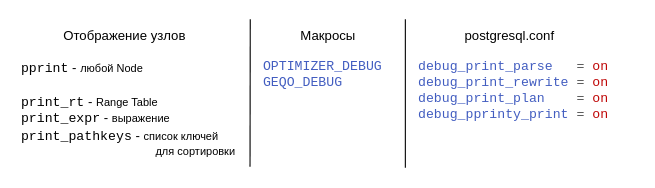
This is PGBootcamp2024/debugging-postgres-planner/img/pgsql-planner-tools.drawio from ashenBlade/tantor-pg-meetups, a draw.io file, before an edit. Source tidied: cells renumbered, new cells numbered last; positions are measured from the earlier drawing's top-left corner, leaving out a move shared by most shapes. Both pictures are drawn from the tidied source at 110%, with x=0, y=0 at pixel (19, 19).
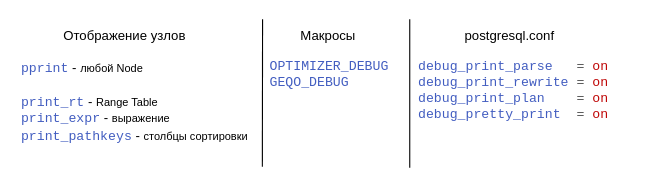
The same page after the edit.

Diff of the diagram source:
```diff
@@
 <mxGraphModel>
   <root>
     <mxCell id="0" />
     <mxCell id="1" parent="0" />
     <mxCell id="2" value="&lt;div&gt;&lt;font color=&quot;#425dc0&quot;&gt;OPTIMIZER_DEBUG&lt;/font&gt;&lt;/div&gt;&lt;div&gt;&lt;font color=&quot;#425dc0&quot;&gt;GEQO_DEBUG&lt;/font&gt;&lt;/div&gt;" style="text;html=1;align=left;verticalAlign=top;whiteSpace=wrap;rounded=0;fontFamily=Courier New;" parent="1" vertex="1">
-      <mxGeometry x="220" y="30" width="131" height="100" as="geometry" />
+      <mxGeometry x="226" y="30" width="131" height="100" as="geometry" />
     </mxCell>
     <mxCell id="3" value="Макросы" style="text;html=1;align=center;verticalAlign=middle;whiteSpace=wrap;rounded=0;" parent="1" vertex="1">
       <mxGeometry x="235.5" width="90" height="30" as="geometry" />
     </mxCell>
     <mxCell id="4" style="endArrow=none;html=1;rounded=0;exitX=0.999;exitY=0.915;exitDx=0;exitDy=0;exitPerimeter=0;" parent="1" edge="1">
       <mxGeometry relative="1" as="geometry">
-        <mxPoint x="209.8" y="134" as="sourcePoint" />
-        <mxPoint x="210" as="targetPoint" />
+        <mxPoint x="221" y="134" as="sourcePoint" />
+        <mxPoint x="221.2" as="targetPoint" />
       </mxGeometry>
     </mxCell>
-    <mxCell id="5" value="pprint&lt;span style=&quot;background-color: initial; font-family: Helvetica;&quot;&gt;&amp;nbsp;&lt;/span&gt;&lt;span style=&quot;background-color: initial; font-family: Helvetica;&quot;&gt;-&lt;/span&gt;&lt;span style=&quot;background-color: initial; font-family: Helvetica;&quot;&gt;&amp;nbsp;&lt;/span&gt;&lt;font style=&quot;font-size: 10px;&quot; face=&quot;Helvetica&quot;&gt;любой Node&lt;/font&gt;&lt;div&gt;&lt;font face=&quot;Helvetica&quot;&gt;&lt;br&gt;&lt;/font&gt;&lt;div&gt;print_rt&lt;font face=&quot;Helvetica&quot;&gt;&amp;nbsp;- &lt;font style=&quot;font-size: 10px;&quot;&gt;Range Table&lt;/font&gt;&lt;/font&gt;&lt;/div&gt;&lt;div&gt;print_expr&lt;span style=&quot;font-family: Helvetica; background-color: initial;&quot;&gt;&amp;nbsp;&lt;/span&gt;&lt;span style=&quot;background-color: initial; font-family: Helvetica;&quot;&gt;-&lt;/span&gt;&lt;span style=&quot;background-color: initial; font-family: Helvetica;&quot;&gt;&amp;nbsp;&lt;/span&gt;&lt;span style=&quot;background-color: initial; font-family: Helvetica;&quot;&gt;&lt;font style=&quot;font-size: 10px;&quot;&gt;выражение&lt;/font&gt;&lt;/span&gt;&lt;/div&gt;&lt;div&gt;print_pathkeys&lt;span style=&quot;background-color: initial; font-family: Helvetica;&quot;&gt;&amp;nbsp;&lt;/span&gt;&lt;span style=&quot;background-color: initial; font-family: Helvetica;&quot;&gt;-&lt;/span&gt;&lt;span style=&quot;background-color: initial; font-family: Helvetica;&quot;&gt;&amp;nbsp;&lt;/span&gt;&lt;span style=&quot;font-family: Helvetica; font-size: 10px; background-color: initial;&quot;&gt;список&amp;nbsp;&lt;/span&gt;&lt;span style=&quot;font-size: 10px; background-color: initial; font-family: Helvetica;&quot;&gt;ключей &lt;span style=&quot;white-space: pre;&quot;&gt;&#9;&lt;/span&gt;&lt;span style=&quot;white-space: pre;&quot;&gt;&#9;&lt;/span&gt;&lt;span style=&quot;white-space: pre;&quot;&gt;&#9;&lt;/span&gt;&lt;span style=&quot;white-space: pre;&quot;&gt;&#9;&lt;/span&gt;&lt;span style=&quot;white-space: pre;&quot;&gt;&#9;&lt;/span&gt;&amp;nbsp; &amp;nbsp; для сортировки&lt;/span&gt;&lt;/div&gt;&lt;/div&gt;" style="text;html=1;align=left;verticalAlign=top;whiteSpace=wrap;rounded=0;fontFamily=Courier New;" parent="1" vertex="1">
-      <mxGeometry y="30" width="201" height="100" as="geometry" />
+    <mxCell id="5" value="&lt;font color=&quot;#425dc0&quot;&gt;pprint&lt;/font&gt;&lt;span style=&quot;background-color: initial; font-family: Helvetica;&quot;&gt;&amp;nbsp;&lt;/span&gt;&lt;span style=&quot;background-color: initial; font-family: Helvetica;&quot;&gt;-&lt;/span&gt;&lt;span style=&quot;background-color: initial; font-family: Helvetica;&quot;&gt;&amp;nbsp;&lt;/span&gt;&lt;font style=&quot;font-size: 10px;&quot; face=&quot;Helvetica&quot;&gt;любой Node&lt;/font&gt;&lt;div&gt;&lt;font face=&quot;Helvetica&quot;&gt;&lt;br&gt;&lt;/font&gt;&lt;div&gt;&lt;font color=&quot;#425dc0&quot;&gt;print_rt&lt;/font&gt;&lt;font face=&quot;Helvetica&quot;&gt;&amp;nbsp;- &lt;font style=&quot;font-size: 10px;&quot;&gt;Range Table&lt;/font&gt;&lt;/font&gt;&lt;/div&gt;&lt;div&gt;&lt;font color=&quot;#425dc0&quot;&gt;print_expr&lt;/font&gt;&lt;span style=&quot;font-family: Helvetica; background-color: initial;&quot;&gt;&amp;nbsp;&lt;/span&gt;&lt;span style=&quot;background-color: initial; font-family: Helvetica;&quot;&gt;-&lt;/span&gt;&lt;span style=&quot;background-color: initial; font-family: Helvetica;&quot;&gt;&amp;nbsp;&lt;/span&gt;&lt;span style=&quot;background-color: initial; font-family: Helvetica;&quot;&gt;&lt;font style=&quot;font-size: 10px;&quot;&gt;выражение&lt;/font&gt;&lt;/span&gt;&lt;/div&gt;&lt;div&gt;&lt;font color=&quot;#425dc0&quot;&gt;print_pathkeys&lt;/font&gt;&lt;span style=&quot;background-color: initial; font-family: Helvetica;&quot;&gt;&amp;nbsp;-&amp;nbsp;&lt;/span&gt;&lt;span style=&quot;font-family: Helvetica; font-size: 10px; background-color: initial;&quot;&gt;столбцы&amp;nbsp;&lt;/span&gt;&lt;span style=&quot;background-color: initial; font-family: Helvetica; font-size: 10px;&quot;&gt;сортировки&lt;/span&gt;&lt;/div&gt;&lt;/div&gt;" style="text;html=1;align=left;verticalAlign=top;whiteSpace=wrap;rounded=0;fontFamily=Courier New;" parent="1" vertex="1">
+      <mxGeometry y="30" width="231" height="100" as="geometry" />
     </mxCell>
     <mxCell id="6" value="Отображение узлов" style="text;html=1;align=center;verticalAlign=middle;whiteSpace=wrap;rounded=0;" parent="1" vertex="1">
       <mxGeometry x="31" width="130" height="30" as="geometry" />
     </mxCell>
     <mxCell id="7" style="endArrow=none;html=1;rounded=0;" parent="1" edge="1">
       <mxGeometry relative="1" as="geometry">
-        <mxPoint x="351" y="135" as="sourcePoint" />
-        <mxPoint x="351" as="targetPoint" />
+        <mxPoint x="355" y="135" as="sourcePoint" />
+        <mxPoint x="355" as="targetPoint" />
       </mxGeometry>
     </mxCell>
-    <mxCell id="8" value="&lt;div&gt;&lt;span style=&quot;background-color: initial;&quot;&gt;&lt;font color=&quot;#425dc0&quot;&gt;debug_print_parse&lt;/font&gt;&lt;/span&gt;&lt;span style=&quot;background-color: initial; color: rgb(84, 84, 84);&quot;&gt;&amp;nbsp; &amp;nbsp;= &lt;/span&gt;&lt;span style=&quot;background-color: initial;&quot;&gt;&lt;font color=&quot;#bf0707&quot;&gt;on&lt;/font&gt;&lt;/span&gt;&lt;br&gt;&lt;/div&gt;&lt;div&gt;&lt;font color=&quot;#425dc0&quot;&gt;debug_print_rewrite&lt;/font&gt;&lt;span style=&quot;color: rgb(84, 84, 84);&quot;&gt; = &lt;/span&gt;&lt;font color=&quot;#bf0707&quot;&gt;on&lt;/font&gt;&lt;font color=&quot;#545454&quot;&gt;&lt;br&gt;&lt;/font&gt;&lt;/div&gt;&lt;div&gt;&lt;font color=&quot;#425dc0&quot;&gt;debug_print_plan&lt;/font&gt;&lt;span style=&quot;color: rgb(84, 84, 84);&quot;&gt;&amp;nbsp; &amp;nbsp; = &lt;/span&gt;&lt;font color=&quot;#bf0707&quot;&gt;on&lt;br&gt;&lt;/font&gt;&lt;font color=&quot;#425dc0&quot;&gt;debug_pprinty_print&amp;nbsp;&lt;/font&gt;&lt;span style=&quot;color: rgb(84, 84, 84);&quot;&gt;=&amp;nbsp;&lt;/span&gt;&lt;font color=&quot;#bf0707&quot;&gt;on&lt;/font&gt;&lt;font color=&quot;#545454&quot;&gt;&lt;br&gt;&lt;/font&gt;&lt;/div&gt;" style="text;html=1;align=left;verticalAlign=top;whiteSpace=wrap;rounded=0;fontFamily=Courier New;" parent="1" vertex="1">
+    <mxCell id="8" value="&lt;div&gt;&lt;span style=&quot;background-color: initial;&quot;&gt;&lt;font color=&quot;#425dc0&quot;&gt;debug_print_parse&lt;/font&gt;&lt;/span&gt;&lt;span style=&quot;background-color: initial; color: rgb(84, 84, 84);&quot;&gt;&amp;nbsp; &amp;nbsp;= &lt;/span&gt;&lt;span style=&quot;background-color: initial;&quot;&gt;&lt;font color=&quot;#bf0707&quot;&gt;on&lt;/font&gt;&lt;/span&gt;&lt;br&gt;&lt;/div&gt;&lt;div&gt;&lt;font color=&quot;#425dc0&quot;&gt;debug_print_rewrite&lt;/font&gt;&lt;span style=&quot;color: rgb(84, 84, 84);&quot;&gt; = &lt;/span&gt;&lt;font color=&quot;#bf0707&quot;&gt;on&lt;/font&gt;&lt;font color=&quot;#545454&quot;&gt;&lt;br&gt;&lt;/font&gt;&lt;/div&gt;&lt;div&gt;&lt;font color=&quot;#425dc0&quot;&gt;debug_print_plan&lt;/font&gt;&lt;span style=&quot;color: rgb(84, 84, 84);&quot;&gt;&amp;nbsp; &amp;nbsp; = &lt;/span&gt;&lt;font color=&quot;#bf0707&quot;&gt;on&lt;br&gt;&lt;/font&gt;&lt;font color=&quot;#425dc0&quot;&gt;debug_pretty_print&amp;nbsp;&amp;nbsp;&lt;/font&gt;&lt;span style=&quot;color: rgb(84, 84, 84);&quot;&gt;=&amp;nbsp;&lt;/span&gt;&lt;font color=&quot;#bf0707&quot;&gt;on&lt;/font&gt;&lt;font color=&quot;#545454&quot;&gt;&lt;br&gt;&lt;/font&gt;&lt;/div&gt;" style="text;html=1;align=left;verticalAlign=top;whiteSpace=wrap;rounded=0;fontFamily=Courier New;" parent="1" vertex="1">
       <mxGeometry x="361" y="30" width="200" height="90" as="geometry" />
     </mxCell>
     <mxCell id="9" value="postgresql.conf" style="text;html=1;align=center;verticalAlign=middle;whiteSpace=wrap;rounded=0;" parent="1" vertex="1">
       <mxGeometry x="401" width="90" height="30" as="geometry" />
     </mxCell>
   </root>
 </mxGraphModel>
```
